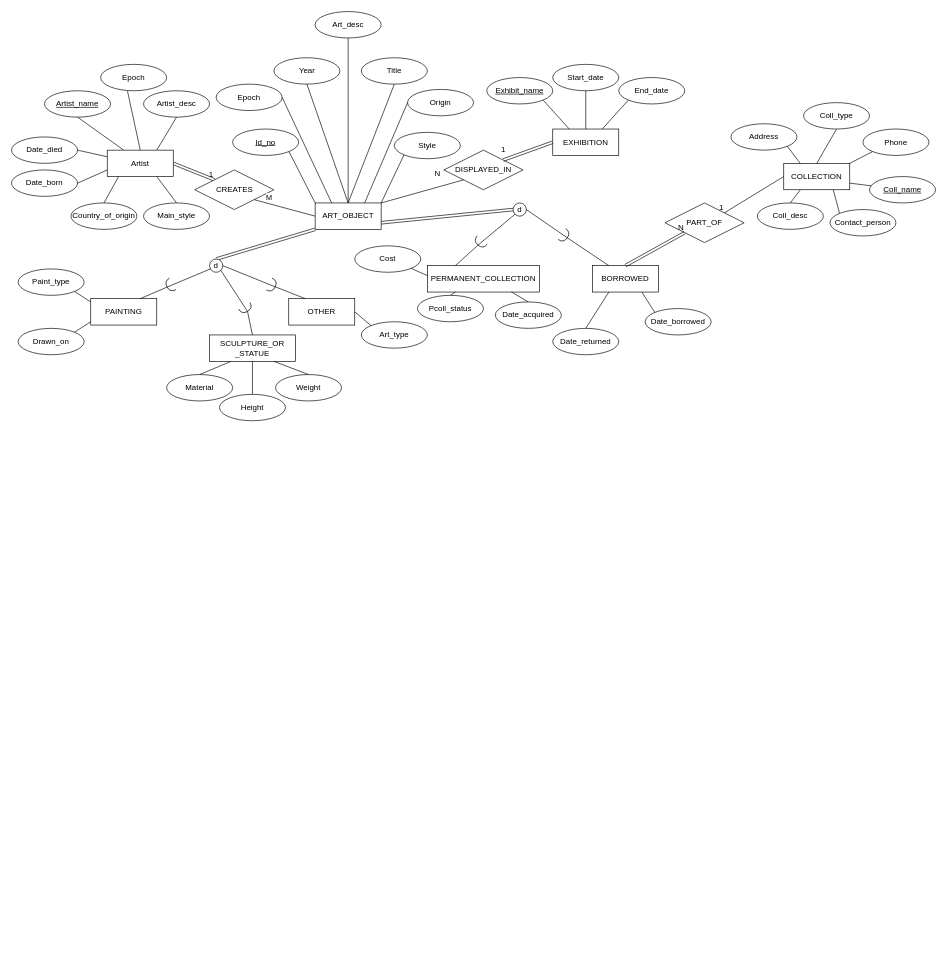
ENSF-300-F23/museum-project-l01-34 keeps this draw.io diagram as Database-design/final_project_EER_diagram.drawio. Above is the earlier version. Source tidied: cells renumbered, new cells numbered last; positions are measured from the earlier drawing's top-left corner, leaving out a move shared by most shapes. Both pictures are drawn from the tidied source at 66%, with x=0, y=0 at pixel (11, 11).
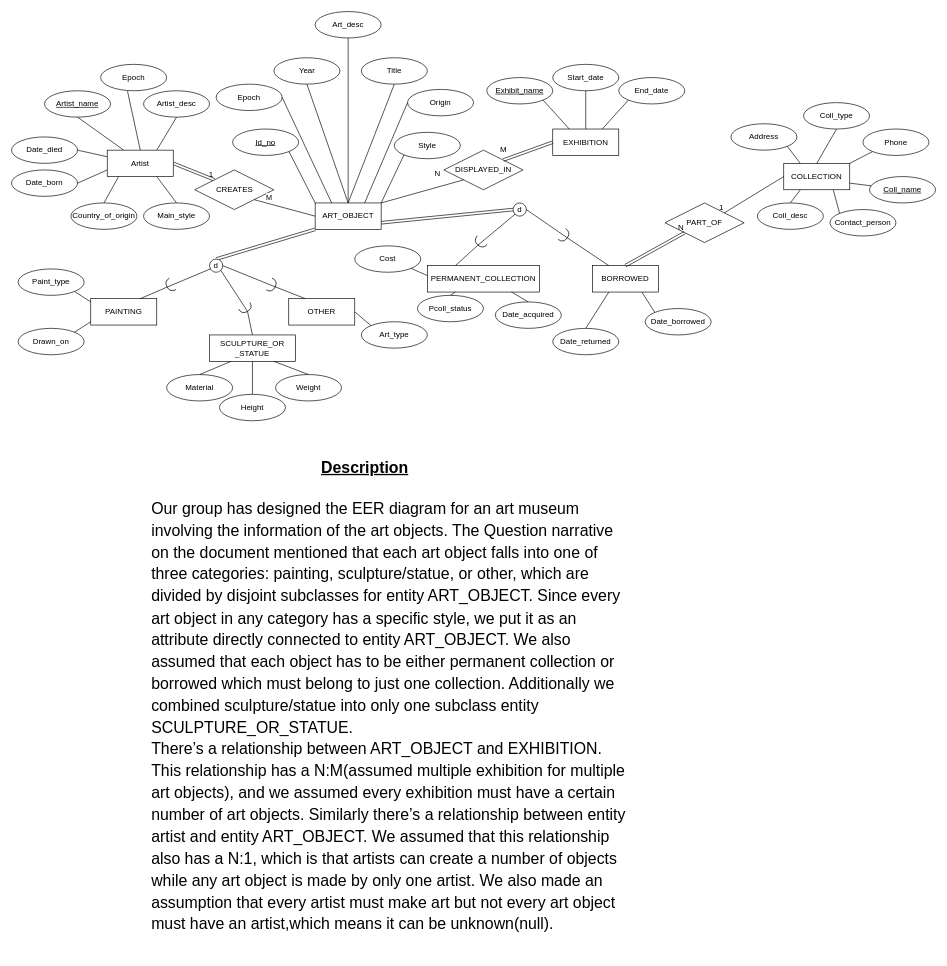
After the change.

What changed in the source:
```diff
@@
-    <mxCell id="84" value="1" style="text;html=1;align=center;verticalAlign=middle;strokeColor=none;fillColor=none;" parent="1" vertex="1">
+    <mxCell id="84" value="M" style="text;html=1;align=center;verticalAlign=middle;strokeColor=none;fillColor=none;" parent="1" vertex="1">
       <mxGeometry x="730" y="195" width="30" height="30" as="geometry" />
     </mxCell>
@@
+    <mxCell id="118" value="&lt;div style=&quot;text-align: left;&quot;&gt;&lt;span style=&quot;font-size: 24px; background-color: initial;&quot;&gt;&lt;u&gt;&lt;b&gt;Description&lt;/b&gt;&lt;/u&gt;&lt;/span&gt;&lt;/div&gt;&lt;font style=&quot;&quot;&gt;&lt;div style=&quot;text-align: left;&quot;&gt;&lt;br&gt;&lt;/div&gt;&lt;font style=&quot;&quot;&gt;&lt;div style=&quot;text-align: left;&quot;&gt;&lt;br&gt;&lt;/div&gt;&lt;/font&gt;&lt;/font&gt;" style="text;html=1;align=center;verticalAlign=middle;strokeColor=none;fillColor=none;" parent="1" vertex="1">
+      <mxGeometry x="455" y="670" width="160" height="70" as="geometry" />
+    </mxCell>
+    <mxCell id="119" value="&lt;b id=&quot;docs-internal-guid-ad6a5190-7fff-dc5d-ae5d-e2a7c85c96ba&quot; style=&quot;font-weight:normal;&quot;&gt;&lt;p style=&quot;line-height:1.38;margin-top:0pt;margin-bottom:0pt;&quot; dir=&quot;ltr&quot;&gt;&lt;/p&gt;&lt;/b&gt;&lt;span style=&quot;&quot; id=&quot;docs-internal-guid-ad6a5190-7fff-dc5d-ae5d-e2a7c85c96ba&quot;&gt;&lt;p style=&quot;line-height:1.38;margin-top:0pt;margin-bottom:0pt;&quot; dir=&quot;ltr&quot;&gt;&lt;span style=&quot;font-family: Arial, sans-serif; background-color: transparent; font-variant-numeric: normal; font-variant-east-asian: normal; font-variant-alternates: normal; vertical-align: baseline;&quot;&gt;Our group has designed the EER diagram for an art museum involving the information of the art objects. The Question narrative on the document mentioned that each art object falls into one of three categories: painting, sculpture/statue, or other, which are divided by disjoint subclasses for entity ART_OBJECT. Since every art object in any category has a specific style, we put it as an attribute directly connected to entity ART_OBJECT. We also assumed that each object has to be either permanent collection or borrowed which must belong to just one collection. Additionally we combined sculpture/statue into only one subclass entity SCULPTURE_OR_STATUE.&amp;nbsp;&lt;/span&gt;&lt;/p&gt;&lt;p style=&quot;line-height:1.38;margin-top:0pt;margin-bottom:0pt;&quot; dir=&quot;ltr&quot;&gt;&lt;span style=&quot;font-family: Arial, sans-serif; background-color: transparent; font-variant-numeric: normal; font-variant-east-asian: normal; font-variant-alternates: normal; vertical-align: baseline;&quot;&gt;There’s a relationship between ART_OBJECT and EXHIBITION. This relationship has a N:M(assumed multiple exhibition for multiple art objects), and we assumed every exhibition must have a certain number of art objects. Similarly there’s a relationship between entity artist and entity ART_OBJECT. We assumed that this relationship also has a N:1, which is that artists can create a number of objects while any art object is made by only one artist. We also made an assumption that every artist must make art but not every art object must have an artist,which means it can be unknown(null).&lt;/span&gt;&lt;/p&gt;&lt;div&gt;&lt;span style=&quot;font-family: Arial, sans-serif; color: rgb(0, 0, 0); background-color: transparent; font-variant-numeric: normal; font-variant-east-asian: normal; font-variant-alternates: normal; vertical-align: baseline;&quot;&gt;&lt;br&gt;&lt;/span&gt;&lt;/div&gt;&lt;/span&gt;" style="text;whiteSpace=wrap;html=1;fontSize=24;" parent="1" vertex="1">
+      <mxGeometry x="210" y="730" width="730" height="660" as="geometry" />
+    </mxCell>
```
